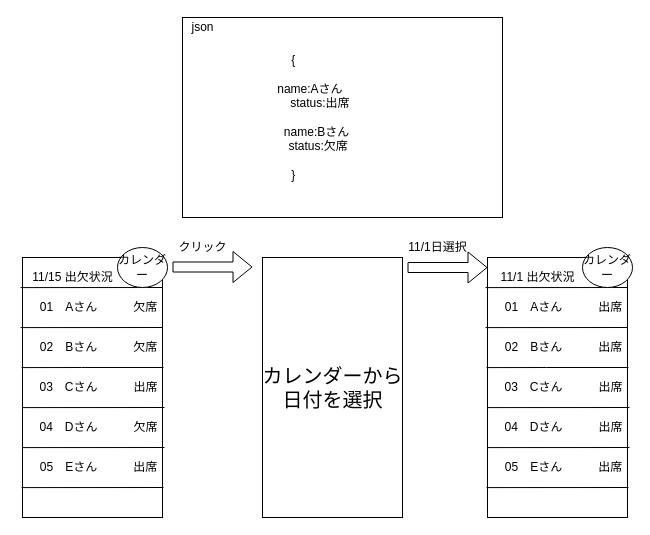
Before: Untitled Diagram.drawio in otakouki/hkk, a draw.io diagram. Source tidied: cells renumbered, new cells numbered last; positions are measured from the earlier drawing's top-left corner, leaving out a move shared by most shapes. Both pictures are drawn from the tidied source at 100%, with x=0, y=0 at pixel (17, 17).
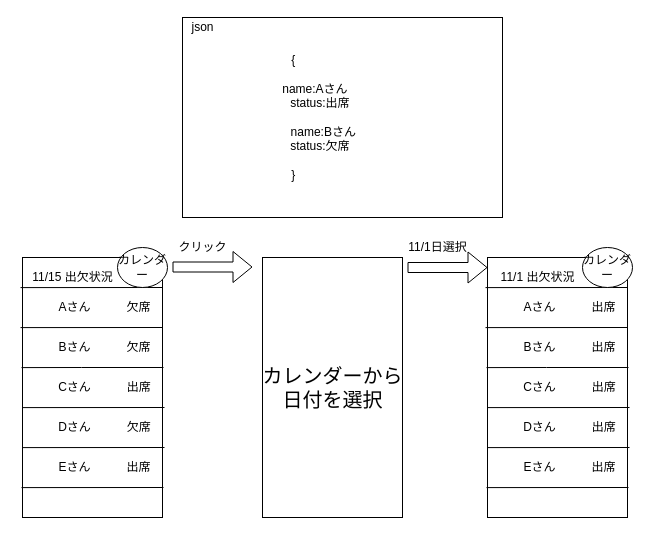
Above is the later version.

The edit, as a diff of the source:
```diff
@@
-    <mxCell id="10" value="　01　Aさん　　　欠席" style="text;html=1;align=center;verticalAlign=middle;fillColor=none;strokeColor=none;rounded=0;" parent="1" vertex="1">
-      <mxGeometry x="5" y="280" width="140" height="20" as="geometry" />
+    <mxCell id="10" value="　　Aさん　　　欠席" style="text;html=1;align=center;verticalAlign=middle;fillColor=none;strokeColor=none;rounded=0;" parent="1" vertex="1">
+      <mxGeometry x="10" y="280" width="130" height="20" as="geometry" />
     </mxCell>
-    <mxCell id="11" value="　02　Bさん　　　欠席" style="text;html=1;align=center;verticalAlign=middle;fillColor=none;strokeColor=none;rounded=0;" parent="1" vertex="1">
-      <mxGeometry x="5" y="320" width="140" height="20" as="geometry" />
+    <mxCell id="11" value="　　Bさん　　　欠席" style="text;html=1;align=center;verticalAlign=middle;fillColor=none;strokeColor=none;rounded=0;" parent="1" vertex="1">
+      <mxGeometry x="10" y="320" width="130" height="20" as="geometry" />
     </mxCell>
-    <mxCell id="12" value="　03　Cさん　　　出席" style="text;html=1;align=center;verticalAlign=middle;fillColor=none;strokeColor=none;rounded=0;" parent="1" vertex="1">
-      <mxGeometry y="360" width="150" height="20" as="geometry" />
+    <mxCell id="12" value="　　Cさん　　　出席" style="text;html=1;align=center;verticalAlign=middle;fillColor=none;strokeColor=none;rounded=0;" parent="1" vertex="1">
+      <mxGeometry x="10" y="360" width="130" height="20" as="geometry" />
     </mxCell>
-    <mxCell id="13" value="　04　Dさん　　　欠席" style="text;html=1;align=center;verticalAlign=middle;fillColor=none;strokeColor=none;rounded=0;" parent="1" vertex="1">
-      <mxGeometry y="400" width="150" height="20" as="geometry" />
+    <mxCell id="13" value="　　Dさん　　　欠席" style="text;html=1;align=center;verticalAlign=middle;fillColor=none;strokeColor=none;rounded=0;" parent="1" vertex="1">
+      <mxGeometry x="10" y="400" width="130" height="20" as="geometry" />
     </mxCell>
-    <mxCell id="14" value="　05　Eさん　　　出席" style="text;html=1;align=center;verticalAlign=middle;fillColor=none;strokeColor=none;rounded=0;" parent="1" vertex="1">
-      <mxGeometry x="5" y="440" width="140" height="20" as="geometry" />
+    <mxCell id="14" value="　　Eさん　　　出席" style="text;html=1;align=center;verticalAlign=middle;fillColor=none;strokeColor=none;rounded=0;" parent="1" vertex="1">
+      <mxGeometry x="10" y="440" width="130" height="20" as="geometry" />
     </mxCell>
@@
-    <mxCell id="28" value="　01　Aさん　　　出席" style="text;html=1;align=center;verticalAlign=middle;fillColor=none;strokeColor=none;rounded=0;" parent="1" vertex="1">
-      <mxGeometry x="470" y="280" width="140" height="20" as="geometry" />
+    <mxCell id="28" value="　　Aさん　　　出席" style="text;html=1;align=center;verticalAlign=middle;fillColor=none;strokeColor=none;rounded=0;" parent="1" vertex="1">
+      <mxGeometry x="475" y="280" width="130" height="20" as="geometry" />
     </mxCell>
-    <mxCell id="29" value="　02　Bさん　　　出席" style="text;html=1;align=center;verticalAlign=middle;fillColor=none;strokeColor=none;rounded=0;" parent="1" vertex="1">
-      <mxGeometry x="470" y="320" width="140" height="20" as="geometry" />
+    <mxCell id="29" value="　　Bさん　　　出席" style="text;html=1;align=center;verticalAlign=middle;fillColor=none;strokeColor=none;rounded=0;" parent="1" vertex="1">
+      <mxGeometry x="475" y="320" width="130" height="20" as="geometry" />
     </mxCell>
-    <mxCell id="30" value="　03　Cさん　　　出席" style="text;html=1;align=center;verticalAlign=middle;fillColor=none;strokeColor=none;rounded=0;" parent="1" vertex="1">
-      <mxGeometry x="465" y="360" width="150" height="20" as="geometry" />
+    <mxCell id="30" value="　　Cさん　　　出席" style="text;html=1;align=center;verticalAlign=middle;fillColor=none;strokeColor=none;rounded=0;" parent="1" vertex="1">
+      <mxGeometry x="475" y="360" width="130" height="20" as="geometry" />
     </mxCell>
-    <mxCell id="31" value="　04　Dさん　　　出席" style="text;html=1;align=center;verticalAlign=middle;fillColor=none;strokeColor=none;rounded=0;" parent="1" vertex="1">
-      <mxGeometry x="465" y="400" width="150" height="20" as="geometry" />
+    <mxCell id="31" value="　　Dさん　　　出席" style="text;html=1;align=center;verticalAlign=middle;fillColor=none;strokeColor=none;rounded=0;" parent="1" vertex="1">
+      <mxGeometry x="475" y="400" width="130" height="20" as="geometry" />
     </mxCell>
-    <mxCell id="32" value="　05　Eさん　　　出席" style="text;html=1;align=center;verticalAlign=middle;fillColor=none;strokeColor=none;rounded=0;" parent="1" vertex="1">
-      <mxGeometry x="470" y="440" width="140" height="20" as="geometry" />
+    <mxCell id="32" value="　　Eさん　　　出席" style="text;html=1;align=center;verticalAlign=middle;fillColor=none;strokeColor=none;rounded=0;" parent="1" vertex="1">
+      <mxGeometry x="475" y="440" width="130" height="20" as="geometry" />
     </mxCell>
@@
-    <mxCell id="37" value="&lt;span style=&quot;white-space: pre&quot;&gt; &lt;/span&gt;{&lt;br&gt;&lt;span style=&quot;white-space: pre&quot;&gt; &lt;/span&gt;&lt;br&gt;&lt;span style=&quot;white-space: pre&quot;&gt; &lt;/span&gt;&lt;span style=&quot;white-space: pre&quot;&gt; &lt;/span&gt;&lt;span style=&quot;white-space: pre&quot;&gt; &lt;/span&gt;&amp;nbsp;&lt;span style=&quot;white-space: pre&quot;&gt; &lt;span style=&quot;white-space: pre&quot;&gt; &lt;/span&gt;   &lt;span style=&quot;white-space: pre&quot;&gt; &lt;/span&gt;&lt;span style=&quot;white-space: pre&quot;&gt; &lt;/span&gt;&lt;/span&gt;name:Aさん&lt;br&gt;&lt;span style=&quot;white-space: pre&quot;&gt; &lt;/span&gt;&lt;span style=&quot;white-space: pre&quot;&gt; &lt;/span&gt;&lt;span style=&quot;white-space: pre&quot;&gt; &amp;nbsp;&lt;/span&gt;&amp;nbsp; &amp;nbsp; &amp;nbsp;&lt;span style=&quot;white-space: pre&quot;&gt; &lt;/span&gt;&amp;nbsp; &amp;nbsp; &amp;nbsp; &amp;nbsp;status:出席&lt;br&gt;&lt;span style=&quot;white-space: pre&quot;&gt; &lt;/span&gt;&lt;br&gt;&lt;span style=&quot;white-space: pre&quot;&gt; &amp;nbsp;&lt;/span&gt;&amp;nbsp; &amp;nbsp;&amp;nbsp;&lt;span style=&quot;white-space: pre&quot;&gt; &lt;/span&gt;&amp;nbsp; &amp;nbsp; &lt;span style=&quot;white-space: pre&quot;&gt; &lt;/span&gt;&lt;span style=&quot;white-space: pre&quot;&gt; &lt;span style=&quot;white-space: pre&quot;&gt; &lt;/span&gt;&lt;span style=&quot;white-space: pre&quot;&gt; &lt;/span&gt;&lt;/span&gt;name:Bさん&lt;br&gt;&lt;span style=&quot;white-space: pre&quot;&gt; &lt;/span&gt;&lt;span style=&quot;white-space: pre&quot;&gt; &lt;/span&gt;&lt;span style=&quot;white-space: pre&quot;&gt; &lt;/span&gt;&amp;nbsp; &amp;nbsp; &amp;nbsp; &lt;span style=&quot;white-space: pre&quot;&gt; &lt;/span&gt;&amp;nbsp; &amp;nbsp; &amp;nbsp; status:欠席&lt;br&gt;&lt;span style=&quot;white-space: pre&quot;&gt; &lt;/span&gt;&lt;br&gt;&lt;span style=&quot;white-space: pre&quot;&gt; &lt;/span&gt;}" style="text;html=1;align=center;verticalAlign=middle;fillColor=none;strokeColor=none;rounded=0;rotation=0;" parent="1" vertex="1">
-      <mxGeometry x="194" y="35" width="160" height="130" as="geometry" />
+    <mxCell id="37" value="&lt;span style=&quot;white-space: pre&quot;&gt; &lt;/span&gt;{&lt;br&gt;&lt;span style=&quot;white-space: pre&quot;&gt; &lt;/span&gt;&lt;br&gt;&lt;span style=&quot;white-space: pre&quot;&gt; &lt;/span&gt;&lt;span style=&quot;white-space: pre&quot;&gt; &lt;/span&gt;&lt;span style=&quot;white-space: pre&quot;&gt; &lt;/span&gt;&amp;nbsp;&lt;span style=&quot;white-space: pre&quot;&gt; &lt;span style=&quot;white-space: pre&quot;&gt; &lt;/span&gt;   &lt;span style=&quot;white-space: pre&quot;&gt; &lt;/span&gt;&lt;span style=&quot;white-space: pre&quot;&gt; &lt;span style=&quot;white-space: pre&quot;&gt; &lt;/span&gt;  &lt;/span&gt;&lt;/span&gt;name:Aさん&lt;br&gt;&lt;span style=&quot;white-space: pre&quot;&gt; &lt;/span&gt;&lt;span style=&quot;white-space: pre&quot;&gt; &lt;/span&gt;&lt;span style=&quot;white-space: pre&quot;&gt; &amp;nbsp;&lt;/span&gt;&amp;nbsp; &amp;nbsp; &amp;nbsp;&lt;span style=&quot;white-space: pre&quot;&gt; &lt;/span&gt;&amp;nbsp; &amp;nbsp; &amp;nbsp; &amp;nbsp;status:出席&lt;br&gt;&lt;span style=&quot;white-space: pre&quot;&gt; &lt;/span&gt;&lt;br&gt;&lt;span style=&quot;white-space: pre&quot;&gt; &amp;nbsp;&lt;/span&gt;&amp;nbsp; &amp;nbsp;&amp;nbsp;&lt;span style=&quot;white-space: pre&quot;&gt; &lt;/span&gt;&amp;nbsp; &amp;nbsp; &lt;span style=&quot;white-space: pre&quot;&gt; &lt;/span&gt;&lt;span style=&quot;white-space: pre&quot;&gt; &lt;span style=&quot;white-space: pre&quot;&gt; &lt;/span&gt;&lt;span style=&quot;white-space: pre&quot;&gt;     &lt;/span&gt;&lt;/span&gt;name:Bさん&lt;br&gt;&lt;span style=&quot;white-space: pre&quot;&gt; &lt;/span&gt;&lt;span style=&quot;white-space: pre&quot;&gt; &lt;/span&gt;&lt;span style=&quot;white-space: pre&quot;&gt; &lt;/span&gt;&amp;nbsp; &amp;nbsp; &amp;nbsp; &lt;span style=&quot;white-space: pre&quot;&gt; &lt;/span&gt;&amp;nbsp; &amp;nbsp; &amp;nbsp; &amp;nbsp;status:欠席&lt;br&gt;&lt;span style=&quot;white-space: pre&quot;&gt; &lt;/span&gt;&lt;br&gt;&lt;span style=&quot;white-space: pre&quot;&gt; &lt;/span&gt;}" style="text;html=1;align=center;verticalAlign=middle;fillColor=none;strokeColor=none;rounded=0;rotation=0;" parent="1" vertex="1">
+      <mxGeometry x="204" y="35" width="140" height="130" as="geometry" />
     </mxCell>
```
